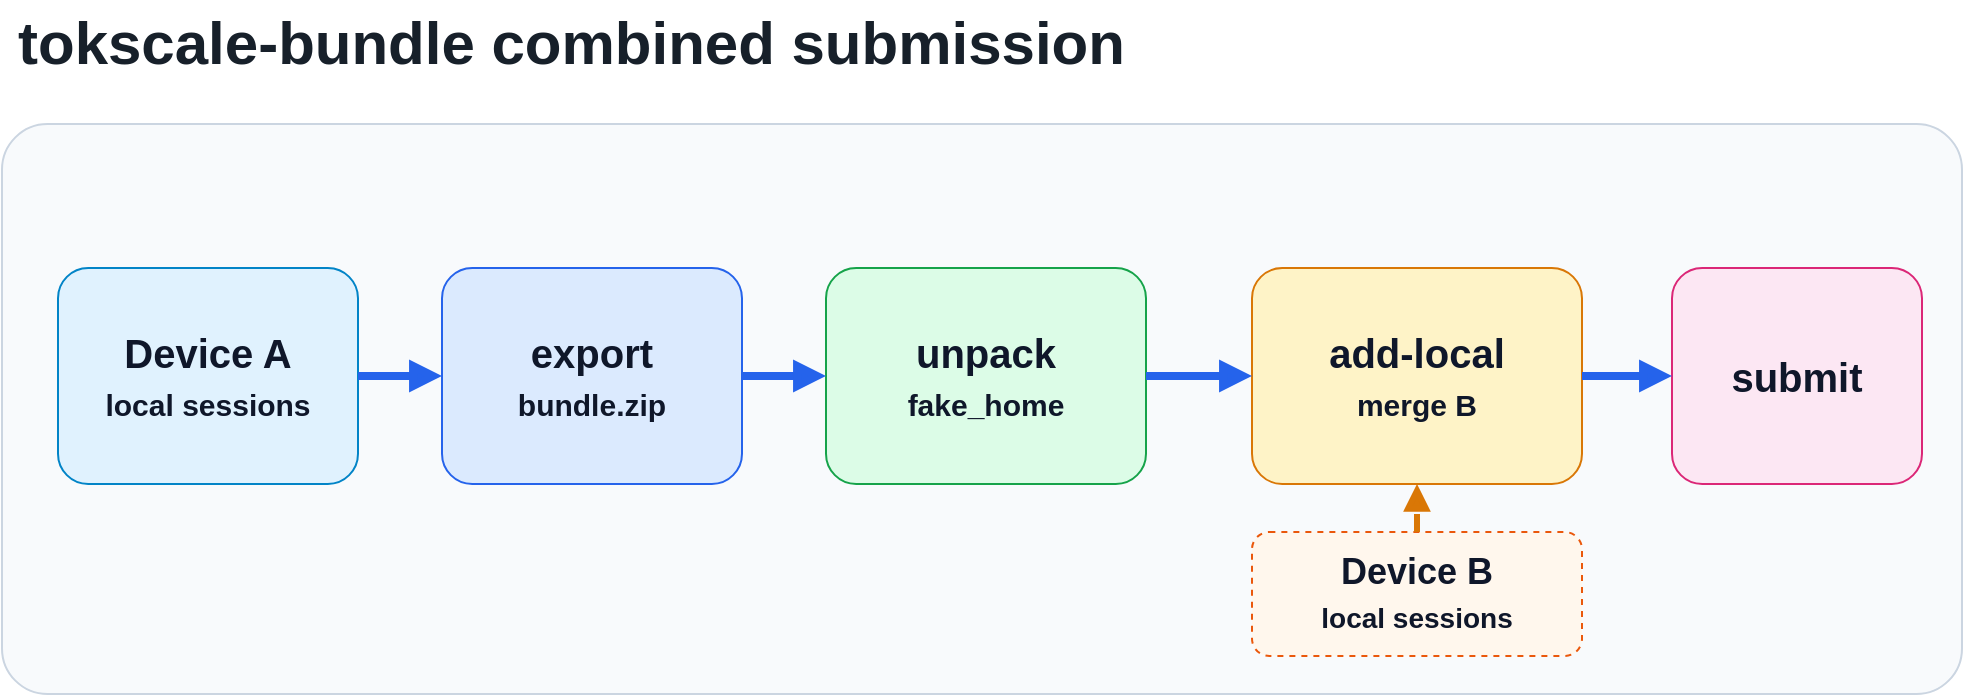
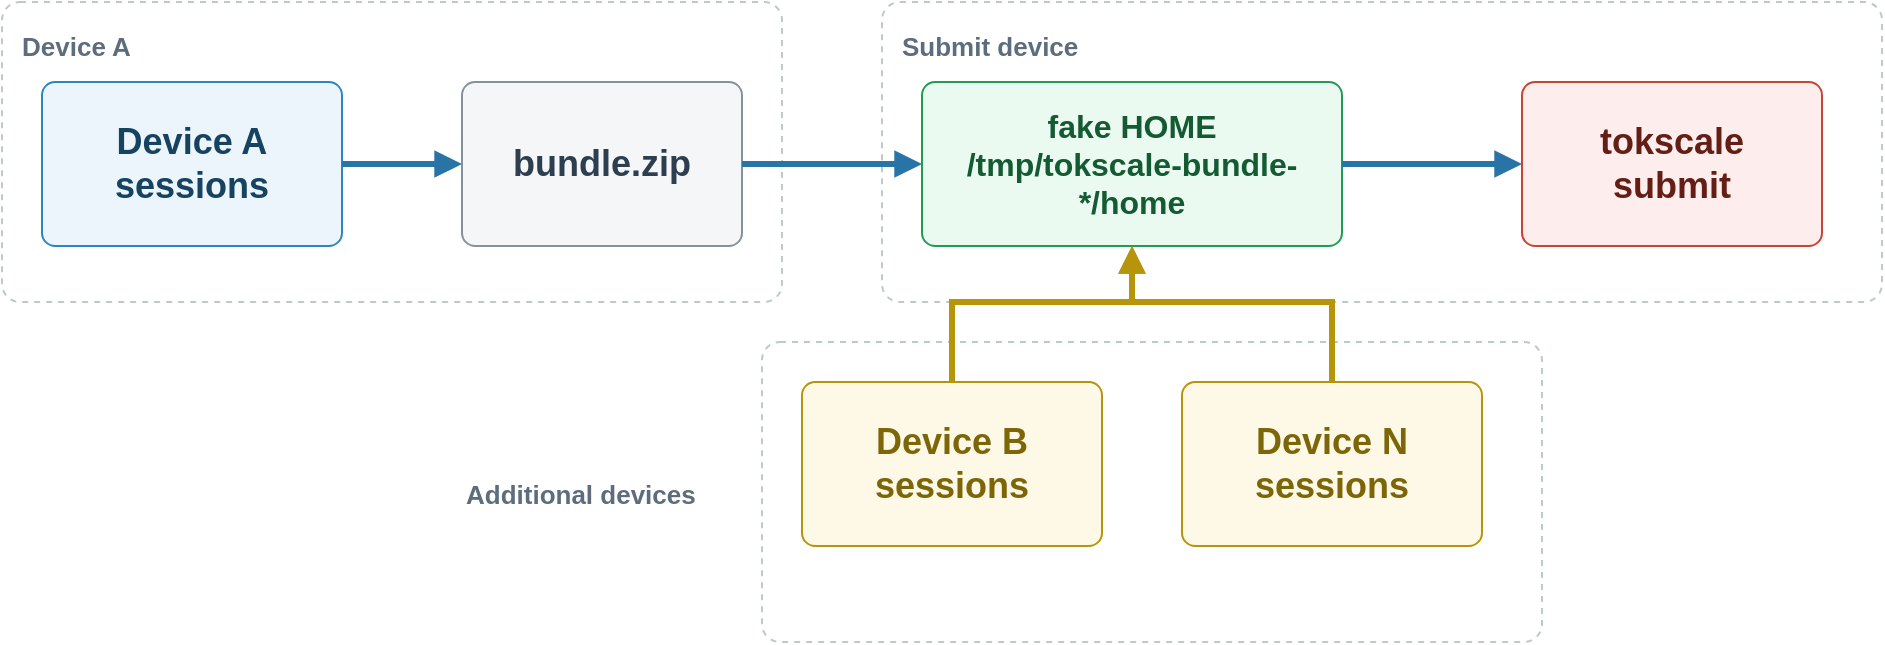
- <mxfile host="app.diagrams.net" modified="2026-04-27T00:00:00.000Z" agent="Codex" version="24.7.8" type="device">
-   <diagram id="combined-fake-home-flow" name="Combined Fake Home Flow">
-     <mxGraphModel dx="1180" dy="620" grid="1" gridSize="10" guides="1" tooltips="1" connect="1" arrows="1" fold="1" page="1" pageScale="1" pageWidth="1040" pageHeight="430" math="0" shadow="0" adaptiveColors="auto">
+ <mxfile host="app.diagrams.net" modified="2026-05-06T00:00:00.000Z" agent="Codex" version="24.7.17" type="device">
+   <diagram id="combined-fake-home-flow" name="Combined fake-home flow">
+     <mxGraphModel dx="1100" dy="620" grid="1" gridSize="10" guides="1" tooltips="1" connect="1" arrows="1" fold="1" page="1" pageScale="1" pageWidth="1000" pageHeight="430" math="0" shadow="0" adaptiveColors="auto">
      <root>
-         <mxCell id="0" />
-         <mxCell id="1" parent="0" />
-         <mxCell id="title" value="tokscale-bundle combined submission" style="text;html=1;strokeColor=none;fillColor=none;align=left;verticalAlign=middle;whiteSpace=wrap;rounded=0;fontSize=30;fontStyle=1;fontColor=#17202A;" vertex="1" parent="1">
-           <mxGeometry x="36" y="24" width="680" height="42" as="geometry" />
+         <mxCell id="0"/>
+         <mxCell id="1" parent="0"/>
+         <mxCell id="additional-device-label" value="Additional devices" style="text;html=1;strokeColor=none;fillColor=none;align=left;verticalAlign=middle;whiteSpace=wrap;rounded=0;fontSize=13;fontStyle=1;fontColor=#5D6D7E;" vertex="1" parent="1">
+           <mxGeometry x="260" y="314" width="140" height="24" as="geometry"/>
        </mxCell>
-         <mxCell id="main_panel" value="" style="rounded=1;whiteSpace=wrap;html=1;strokeColor=#CBD5E1;fillColor=#F8FAFC;arcSize=8;container=1;collapsible=0;" vertex="1" parent="1">
-           <mxGeometry x="30" y="86" width="980" height="285" as="geometry" />
+         <mxCell id="device-a-frame" value="Device A" style="rounded=1;whiteSpace=wrap;html=1;arcSize=6;fillColor=none;strokeColor=#BFC9CA;dashed=1;fontColor=#5D6D7E;fontSize=13;fontStyle=1;align=left;verticalAlign=top;spacing=10;container=1;pointerEvents=0;" vertex="1" parent="1">
+           <mxGeometry x="30" y="80" width="390" height="150" as="geometry"/>
        </mxCell>
-         <mxCell id="device_a" value="Device A&lt;br&gt;&lt;font style=&quot;font-size: 15px;&quot;&gt;local sessions&lt;/font&gt;" style="rounded=1;whiteSpace=wrap;html=1;fillColor=#E0F2FE;strokeColor=#0284C7;fontColor=#0F172A;fontSize=20;fontStyle=1;arcSize=14;spacing=14;" vertex="1" parent="main_panel">
-           <mxGeometry x="28" y="72" width="150" height="108" as="geometry" />
+         <mxCell id="submit-device-frame" value="Submit device" style="rounded=1;whiteSpace=wrap;html=1;arcSize=6;fillColor=none;strokeColor=#BFC9CA;dashed=1;fontColor=#5D6D7E;fontSize=13;fontStyle=1;align=left;verticalAlign=top;spacing=10;container=1;pointerEvents=0;" vertex="1" parent="1">
+           <mxGeometry x="470" y="80" width="500" height="150" as="geometry"/>
        </mxCell>
-         <mxCell id="export_zip" value="export&lt;br&gt;&lt;font style=&quot;font-size: 15px;&quot;&gt;bundle.zip&lt;/font&gt;" style="rounded=1;whiteSpace=wrap;html=1;fillColor=#DBEAFE;strokeColor=#2563EB;fontColor=#0F172A;fontSize=20;fontStyle=1;arcSize=14;spacing=14;" vertex="1" parent="main_panel">
-           <mxGeometry x="220" y="72" width="150" height="108" as="geometry" />
+         <mxCell id="additional-device-frame" value="" style="rounded=1;whiteSpace=wrap;html=1;arcSize=6;fillColor=none;strokeColor=#BFC9CA;dashed=1;container=1;pointerEvents=0;" vertex="1" parent="1">
+           <mxGeometry x="410" y="250" width="390" height="150" as="geometry"/>
        </mxCell>
-         <mxCell id="unpack" value="unpack&lt;br&gt;&lt;font style=&quot;font-size: 15px;&quot;&gt;fake_home&lt;/font&gt;" style="rounded=1;whiteSpace=wrap;html=1;fillColor=#DCFCE7;strokeColor=#16A34A;fontColor=#0F172A;fontSize=20;fontStyle=1;arcSize=14;spacing=14;" vertex="1" parent="main_panel">
-           <mxGeometry x="412" y="72" width="160" height="108" as="geometry" />
+         <mxCell id="source-a" value="Device A&#xa;sessions" style="rounded=1;whiteSpace=wrap;html=1;arcSize=8;fillColor=#EBF5FB;strokeColor=#2E86C1;fontColor=#154360;fontSize=18;fontStyle=1;spacing=10;" vertex="1" parent="1">
+           <mxGeometry x="50" y="120" width="150" height="82" as="geometry"/>
        </mxCell>
-         <mxCell id="add_local" value="add-local&lt;br&gt;&lt;font style=&quot;font-size: 15px;&quot;&gt;merge B&lt;/font&gt;" style="rounded=1;whiteSpace=wrap;html=1;fillColor=#FEF3C7;strokeColor=#D97706;fontColor=#0F172A;fontSize=20;fontStyle=1;arcSize=14;spacing=14;" vertex="1" parent="main_panel">
-           <mxGeometry x="625" y="72" width="165" height="108" as="geometry" />
+         <mxCell id="bundle" value="bundle.zip" style="rounded=1;whiteSpace=wrap;html=1;arcSize=8;fillColor=#F4F6F7;strokeColor=#85929E;fontColor=#2C3E50;fontSize=18;fontStyle=1;spacing=10;" vertex="1" parent="1">
+           <mxGeometry x="260" y="120" width="140" height="82" as="geometry"/>
        </mxCell>
-         <mxCell id="submit" value="submit" style="rounded=1;whiteSpace=wrap;html=1;fillColor=#FCE7F3;strokeColor=#DB2777;fontColor=#0F172A;fontSize=20;fontStyle=1;arcSize=14;spacing=14;" vertex="1" parent="main_panel">
-           <mxGeometry x="835" y="72" width="125" height="108" as="geometry" />
+         <mxCell id="fake-home" value="fake HOME&#xa;/tmp/tokscale-bundle-*/home" style="rounded=1;whiteSpace=wrap;html=1;arcSize=8;fillColor=#EAFAF1;strokeColor=#239B56;fontColor=#145A32;fontSize=16;fontStyle=1;spacing=10;" vertex="1" parent="1">
+           <mxGeometry x="490" y="120" width="210" height="82" as="geometry"/>
        </mxCell>
-         <mxCell id="device_b" value="Device B&lt;br&gt;&lt;font style=&quot;font-size: 14px;&quot;&gt;local sessions&lt;/font&gt;" style="rounded=1;whiteSpace=wrap;html=1;fillColor=#FFF7ED;strokeColor=#EA580C;fontColor=#0F172A;fontSize=18;fontStyle=1;dashed=1;arcSize=14;spacing=12;" vertex="1" parent="main_panel">
-           <mxGeometry x="625" y="204" width="165" height="62" as="geometry" />
+         <mxCell id="submit" value="tokscale&#xa;submit" style="rounded=1;whiteSpace=wrap;html=1;arcSize=8;fillColor=#FDEDEC;strokeColor=#CB4335;fontColor=#641E16;fontSize=18;fontStyle=1;spacing=10;" vertex="1" parent="1">
+           <mxGeometry x="790" y="120" width="150" height="82" as="geometry"/>
        </mxCell>
-         <mxCell id="e1" value="" style="edgeStyle=orthogonalEdgeStyle;rounded=0;orthogonalLoop=1;jettySize=auto;html=1;strokeColor=#2563EB;strokeWidth=4;endArrow=block;endFill=1;" edge="1" parent="main_panel" source="device_a" target="export_zip">
-           <mxGeometry relative="1" as="geometry" />
+         <mxCell id="source-b" value="Device B&#xa;sessions" style="rounded=1;whiteSpace=wrap;html=1;arcSize=8;fillColor=#FEF9E7;strokeColor=#B7950B;fontColor=#7D6608;fontSize=18;fontStyle=1;spacing=10;" vertex="1" parent="1">
+           <mxGeometry x="430" y="270" width="150" height="82" as="geometry"/>
        </mxCell>
-         <mxCell id="e2" value="" style="edgeStyle=orthogonalEdgeStyle;rounded=0;orthogonalLoop=1;jettySize=auto;html=1;strokeColor=#2563EB;strokeWidth=4;endArrow=block;endFill=1;" edge="1" parent="main_panel" source="export_zip" target="unpack">
-           <mxGeometry relative="1" as="geometry" />
+         <mxCell id="source-n" value="Device N&#xa;sessions" style="rounded=1;whiteSpace=wrap;html=1;arcSize=8;fillColor=#FEF9E7;strokeColor=#B7950B;fontColor=#7D6608;fontSize=18;fontStyle=1;spacing=10;" vertex="1" parent="1">
+           <mxGeometry x="620" y="270" width="150" height="82" as="geometry"/>
        </mxCell>
-         <mxCell id="e3" value="" style="edgeStyle=orthogonalEdgeStyle;rounded=0;orthogonalLoop=1;jettySize=auto;html=1;strokeColor=#2563EB;strokeWidth=4;endArrow=block;endFill=1;" edge="1" parent="main_panel" source="unpack" target="add_local">
-           <mxGeometry relative="1" as="geometry" />
+         <mxCell id="e1" value="" style="edgeStyle=orthogonalEdgeStyle;rounded=0;orthogonalLoop=1;jettySize=auto;html=1;strokeColor=#2874A6;strokeWidth=3;endArrow=block;endFill=1;" edge="1" parent="1" source="source-a" target="bundle">
+           <mxGeometry relative="1" as="geometry"/>
        </mxCell>
-         <mxCell id="e4" value="" style="edgeStyle=orthogonalEdgeStyle;rounded=0;orthogonalLoop=1;jettySize=auto;html=1;strokeColor=#2563EB;strokeWidth=4;endArrow=block;endFill=1;" edge="1" parent="main_panel" source="add_local" target="submit">
-           <mxGeometry relative="1" as="geometry" />
+         <mxCell id="e2" value="" style="edgeStyle=orthogonalEdgeStyle;rounded=0;orthogonalLoop=1;jettySize=auto;html=1;strokeColor=#2874A6;strokeWidth=3;endArrow=block;endFill=1;" edge="1" parent="1" source="bundle" target="fake-home">
+           <mxGeometry relative="1" as="geometry"/>
        </mxCell>
-         <mxCell id="e5" value="" style="edgeStyle=orthogonalEdgeStyle;rounded=0;orthogonalLoop=1;jettySize=auto;html=1;strokeColor=#D97706;strokeWidth=3;endArrow=block;endFill=1;dashed=1;exitX=0.5;exitY=0;entryX=0.5;entryY=1;" edge="1" parent="main_panel" source="device_b" target="add_local">
-           <mxGeometry relative="1" as="geometry" />
+         <mxCell id="e3" value="" style="edgeStyle=orthogonalEdgeStyle;rounded=0;orthogonalLoop=1;jettySize=auto;html=1;strokeColor=#2874A6;strokeWidth=3;endArrow=block;endFill=1;" edge="1" parent="1" source="fake-home" target="submit">
+           <mxGeometry relative="1" as="geometry"/>
+         </mxCell>
+         <mxCell id="e4" value="" style="edgeStyle=orthogonalEdgeStyle;rounded=0;orthogonalLoop=1;jettySize=auto;html=1;strokeColor=#B7950B;strokeWidth=3;endArrow=block;endFill=1;" edge="1" parent="1" source="source-b" target="fake-home">
+           <mxGeometry relative="1" as="geometry">
+             <Array as="points">
+               <mxPoint x="505" y="230"/>
+             </Array>
+           </mxGeometry>
+         </mxCell>
+         <mxCell id="e5" value="" style="edgeStyle=orthogonalEdgeStyle;rounded=0;orthogonalLoop=1;jettySize=auto;html=1;strokeColor=#B7950B;strokeWidth=3;endArrow=block;endFill=1;" edge="1" parent="1" source="source-n" target="fake-home">
+           <mxGeometry relative="1" as="geometry">
+             <Array as="points">
+               <mxPoint x="695" y="230"/>
+             </Array>
+           </mxGeometry>
        </mxCell>
      </root>
    </mxGraphModel>
  </diagram>
</mxfile>
